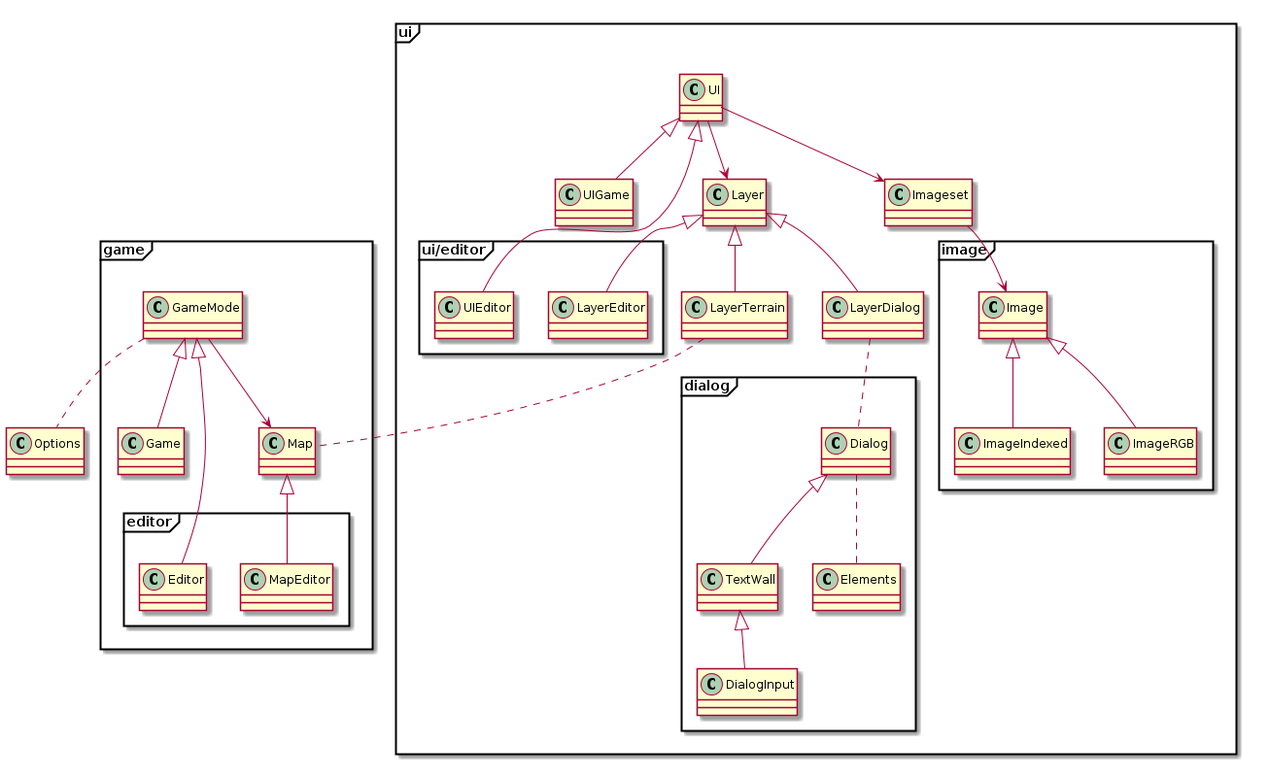
Earlier version of the PlantUML export new/doc/classes.png (andrenho/newhope).
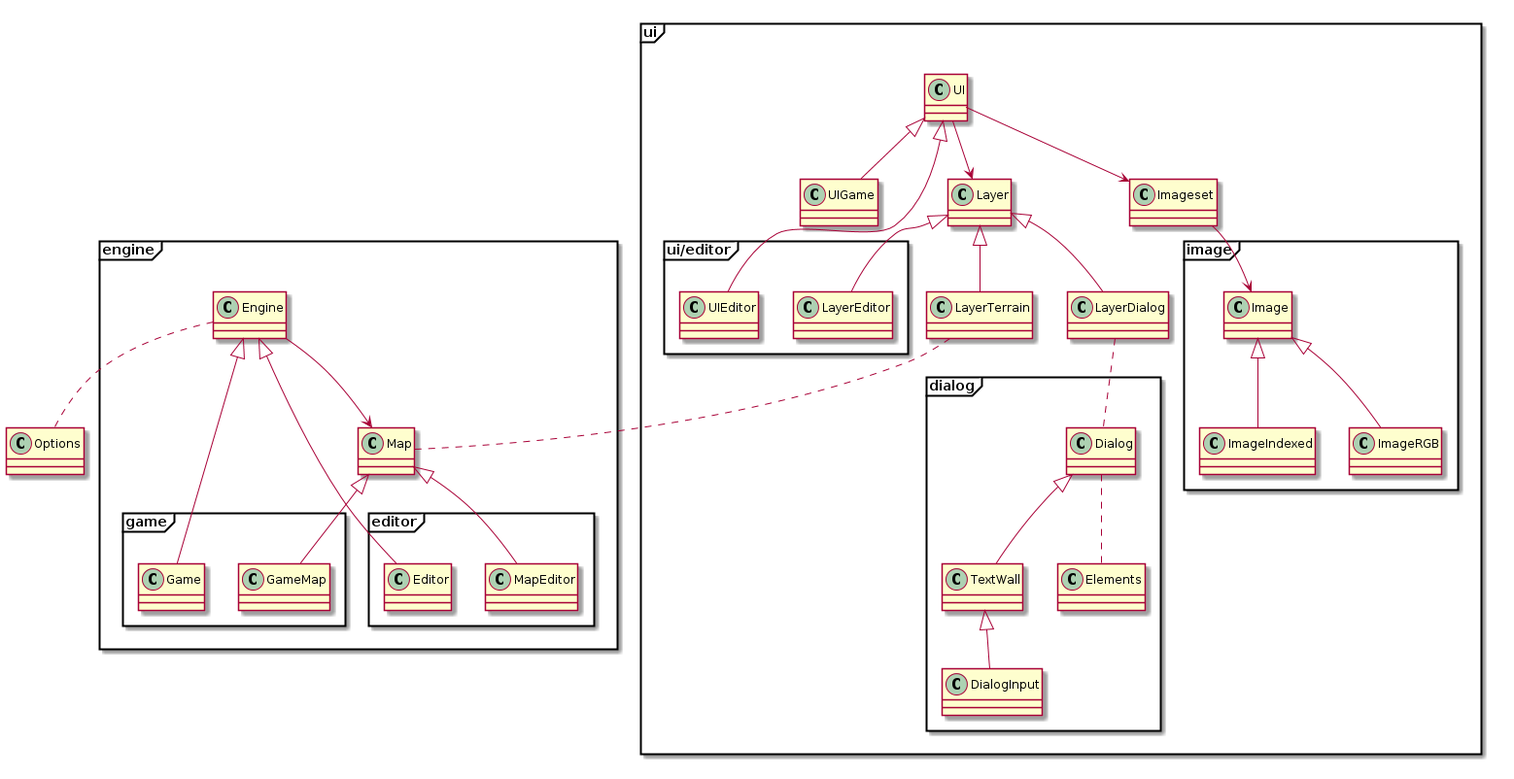
Above is the later version.

What changed in the source:
```diff
@@ -1,15 +1,25 @@
 @startuml
 
-package game <<Frame>> {
-  class GameMode
-  class Game
+package engine <<Frame>> {
+  class Engine
   class Map
+
+  package game <<Frame>> {
+    class Game
+    class GameMap
+  }
 
   package editor <<Frame>> {
     class Editor
     class MapEditor
   }
 }
+
+Engine <|-- Game
+Engine <|-- Editor
+Engine --> Map
+Map <|-- MapEditor
+Map <|-- GameMap
 
 package ui <<Frame>> {
   class Imageset
@@ -39,9 +49,6 @@
 
 }
 
-GameMode <|-- Game
-GameMode <|-- Editor
-GameMode --> Map
 UI <|-- UIGame
 UI <|-- UIEditor
 UI --> Imageset
@@ -53,11 +60,10 @@
 Layer <|-- LayerDialog
 LayerDialog .. Dialog
 LayerTerrain .. Map
-GameMode .. Options
+Engine .. Options
 Dialog <|-- TextWall
 TextWall <|-- DialogInput
 Layer <|-- LayerEditor
 Dialog .. Elements
-Map <|-- MapEditor
 
 @enduml
```
